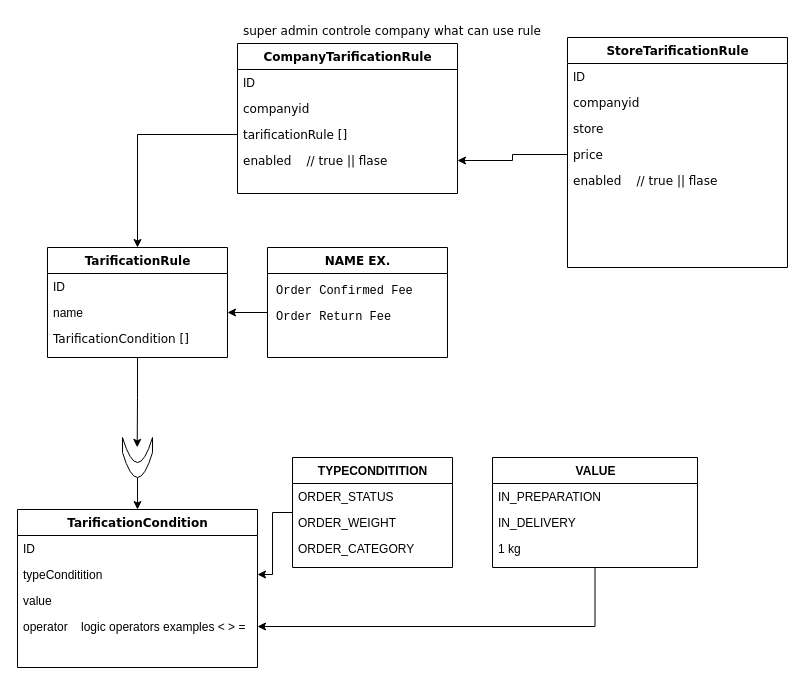
Above: Pricing system.drawio in okbach/diagram (draw.io), before the change. Source tidied: cells renumbered, new cells numbered last; positions are measured from the earlier drawing's top-left corner, leaving out a move shared by most shapes. Both pictures are drawn from the tidied source at 100%, with x=0, y=0 at pixel (17, 17).
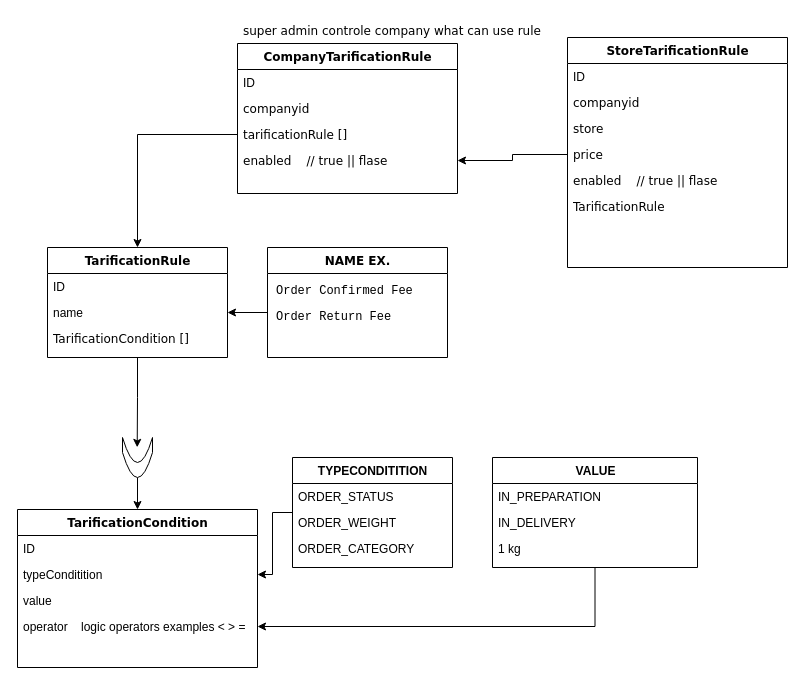
Above is the later version.

The change refers to these unchanged cells:
```xml
<mxCell id="35" value="&lt;div style=&quot;text-align: left;&quot;&gt;StoreTarificationRule&lt;/div&gt;" style="swimlane;html=1;fontStyle=1;align=center;verticalAlign=top;horizontal=1;startSize=26;swimlaneFillColor=#ffffff;rounded=0;shadow=0;comic=0;labelBackgroundColor=none;strokeWidth=1;fillColor=none;fontFamily=Verdana;fontSize=12;" parent="1" vertex="1">
  <mxGeometry x="550" y="20" width="220" height="230" as="geometry" />
</mxCell>
```

Diff of the diagram source:
```diff
@@
+    <mxCell id="42" value="&lt;div style=&quot;text-align: center;&quot;&gt;&lt;span style=&quot;font-family: Verdana; text-align: left; text-wrap-mode: nowrap;&quot;&gt;TarificationRule&lt;/span&gt;&lt;/div&gt;" style="text;html=1;strokeColor=none;fillColor=none;align=left;verticalAlign=top;spacingLeft=4;spacingRight=4;whiteSpace=wrap;overflow=hidden;" parent="35" vertex="1">
+      <mxGeometry y="156" width="220" height="26" as="geometry" />
+    </mxCell>
```
